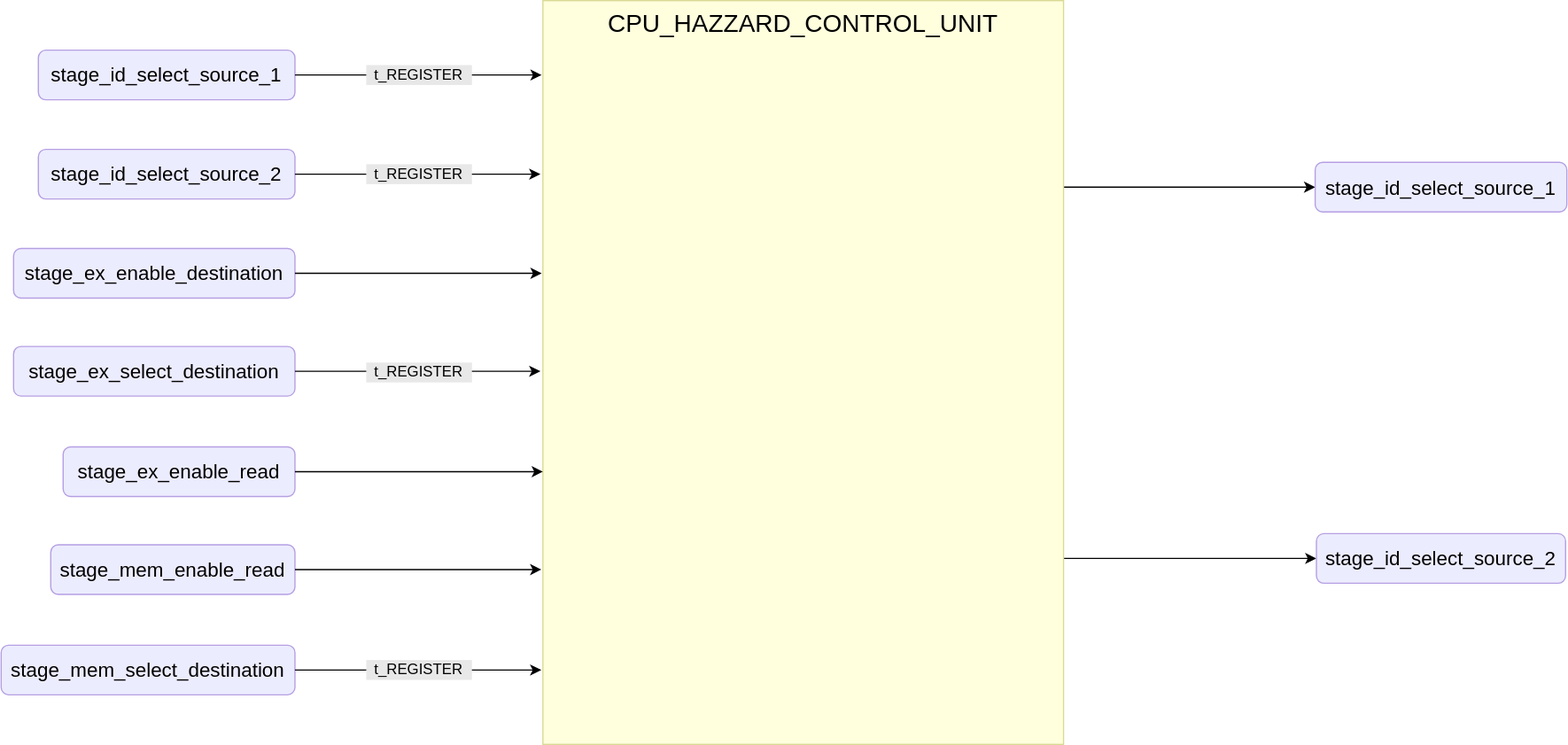
insper-riscv/docs keeps this draw.io diagram as public/images/reference/report_components/cpu_hazard_control_unit.drawio.svg. Above is the earlier version. Source tidied: cells renumbered, new cells last; positions are measured from the earlier drawing's top-left corner, leaving out a move shared by most shapes.
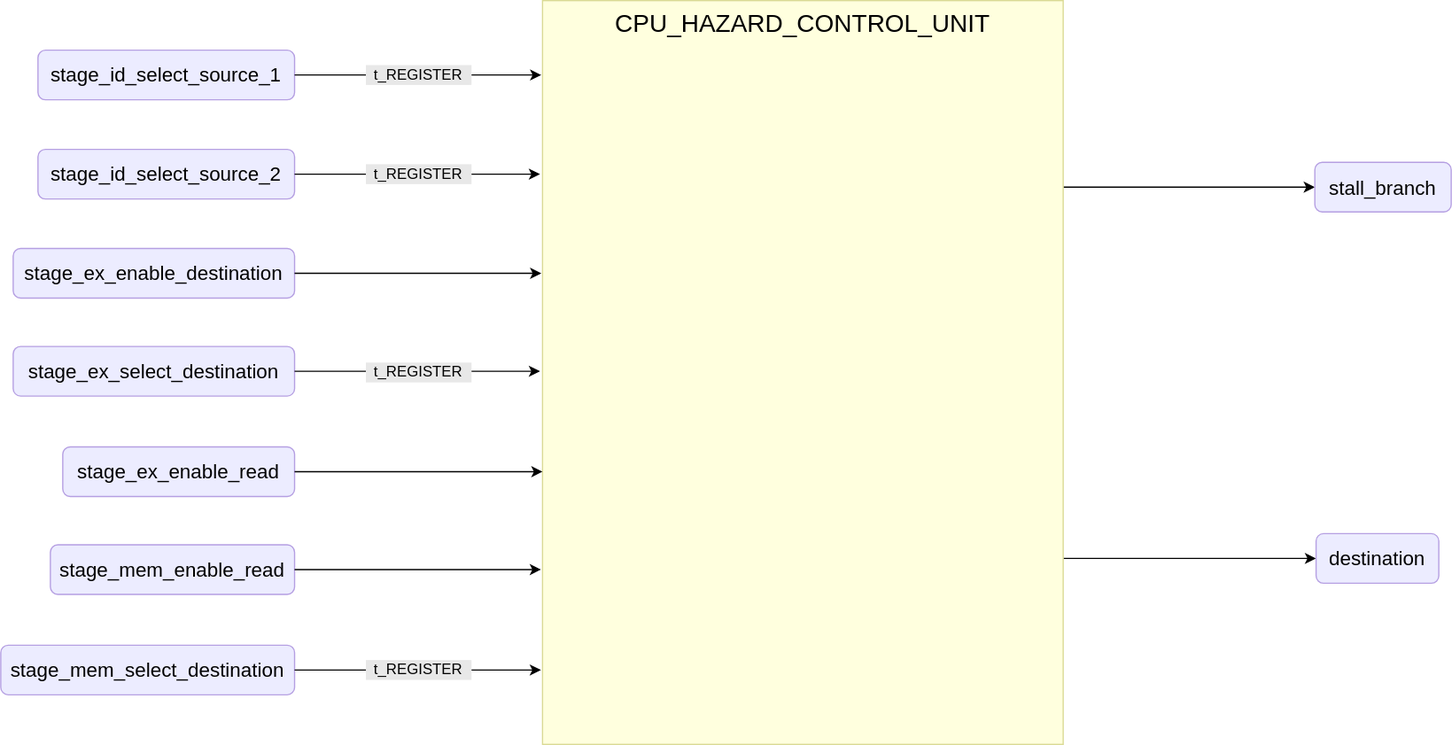
After the change.

What changed in the source:
```diff
@@ -16,17 +16,17 @@
         </Array>
       </mxGeometry>
     </mxCell>
-    <mxCell id="4" value="CPU_HAZZARD_CONTROL_UNIT" style="rounded=0;whiteSpace=wrap;html=1;fillColor=#ffffde;strokeColor=#dada94;verticalAlign=top;fontSize=20;" parent="1" vertex="1">
+    <mxCell id="4" value="CPU_HAZARD_CONTROL_UNIT" style="rounded=0;whiteSpace=wrap;html=1;fillColor=#ffffde;strokeColor=#dada94;verticalAlign=top;fontSize=20;" parent="1" vertex="1">
       <mxGeometry x="437" width="420" height="600" as="geometry" />
     </mxCell>
     <mxCell id="5" value="stage_id_select_source_1" style="rounded=1;whiteSpace=wrap;html=1;fillColor=#ececff;strokeColor=#b59fe2;fontSize=16;" parent="1" vertex="1">
       <mxGeometry x="30" y="40" width="207" height="40" as="geometry" />
     </mxCell>
-    <mxCell id="6" value="stage_id_select_source_1" style="rounded=1;whiteSpace=wrap;html=1;fillColor=#ececff;strokeColor=#b59fe2;fontSize=16;" parent="1" vertex="1">
-      <mxGeometry x="1060" y="130.5" width="203" height="40" as="geometry" />
+    <mxCell id="6" value="stall_branch" style="rounded=1;whiteSpace=wrap;html=1;fillColor=#ececff;strokeColor=#b59fe2;fontSize=16;" parent="1" vertex="1">
+      <mxGeometry x="1060" y="130.5" width="110" height="40" as="geometry" />
     </mxCell>
-    <mxCell id="7" value="stage_id_select_source_2" style="rounded=1;whiteSpace=wrap;html=1;fillColor=#ececff;strokeColor=#b59fe2;fontSize=16;" parent="1" vertex="1">
-      <mxGeometry x="1061" y="430" width="201" height="40" as="geometry" />
+    <mxCell id="7" value="destination" style="rounded=1;whiteSpace=wrap;html=1;fillColor=#ececff;strokeColor=#b59fe2;fontSize=16;" parent="1" vertex="1">
+      <mxGeometry x="1061" y="430" width="99" height="40" as="geometry" />
     </mxCell>
     <mxCell id="8" value="stage_ex_enable_destination" style="rounded=1;whiteSpace=wrap;html=1;fillColor=#ececff;strokeColor=#b59fe2;fontSize=16;" parent="1" vertex="1">
       <mxGeometry x="10" y="200" width="227" height="40" as="geometry" />
```
